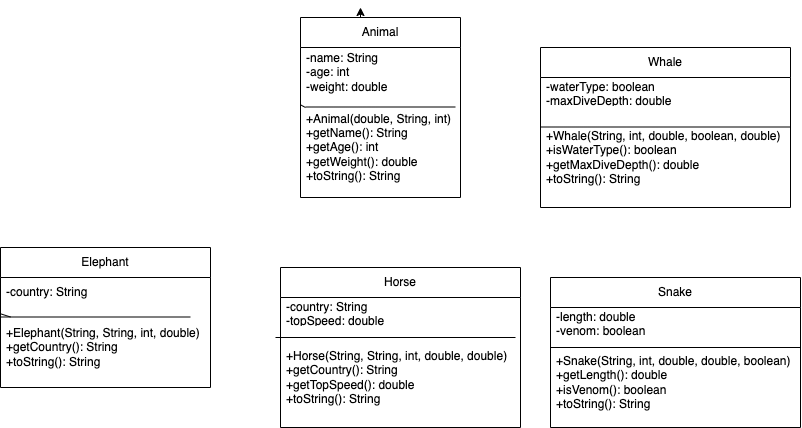
Before: task5.png, a diagram exported from draw.io (HeHealth/Homework-Starter). Source tidied: cells renumbered, new cells last; positions are measured from the earlier drawing's top-left corner, leaving out a move shared by most shapes.
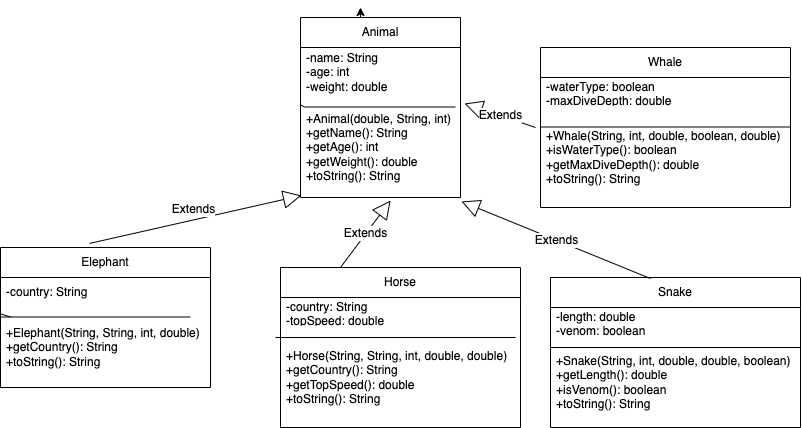
After the commit.

What changed in the source:
```diff
@@ -92,5 +92,17 @@
     <mxCell id="24" value="+Whale(String, int, double, boolean, double)&lt;br&gt;+isWaterType(): boolean&lt;br&gt;+getMaxDiveDepth(): double&lt;br&gt;+toString(): String" style="text;strokeColor=none;fillColor=none;align=left;verticalAlign=middle;spacingLeft=4;spacingRight=4;overflow=hidden;points=[[0,0.5],[1,0.5]];portConstraint=eastwest;whiteSpace=wrap;html=1;" parent="21" vertex="1">
       <mxGeometry y="60" width="250" height="100" as="geometry" />
     </mxCell>
+    <mxCell id="25" value="Extends" style="endArrow=block;endSize=16;endFill=0;html=1;rounded=0;exitX=0.424;exitY=-0.029;exitDx=0;exitDy=0;exitPerimeter=0;entryX=0.006;entryY=0.98;entryDx=0;entryDy=0;entryPerimeter=0;" parent="1" edge="1" source="8" target="7">
+      <mxGeometry y="10" relative="1" as="geometry" />
+    </mxCell>
+    <mxCell id="26" value="Extends" style="endArrow=block;endSize=16;endFill=0;html=1;rounded=0;exitX=0.25;exitY=0;exitDx=0;exitDy=0;entryX=0.563;entryY=1.03;entryDx=0;entryDy=0;entryPerimeter=0;" parent="1" edge="1" source="13" target="7">
+      <mxGeometry relative="1" as="geometry" />
+    </mxCell>
+    <mxCell id="27" value="Extends" style="endArrow=block;endSize=16;endFill=0;html=1;rounded=0;exitX=0.4;exitY=0.007;exitDx=0;exitDy=0;exitPerimeter=0;entryX=1.006;entryY=1.04;entryDx=0;entryDy=0;entryPerimeter=0;" parent="1" edge="1" source="17" target="7">
+      <mxGeometry relative="1" as="geometry" />
+    </mxCell>
+    <mxCell id="28" value="Extends" style="endArrow=block;endSize=16;endFill=0;html=1;rounded=0;exitX=-0.02;exitY=0.2;exitDx=0;exitDy=0;exitPerimeter=0;entryX=1.025;entryY=0.06;entryDx=0;entryDy=0;entryPerimeter=0;" parent="1" edge="1" source="24" target="7">
+      <mxGeometry relative="1" as="geometry" />
+    </mxCell>
   </root>
 </mxGraphModel>
```
